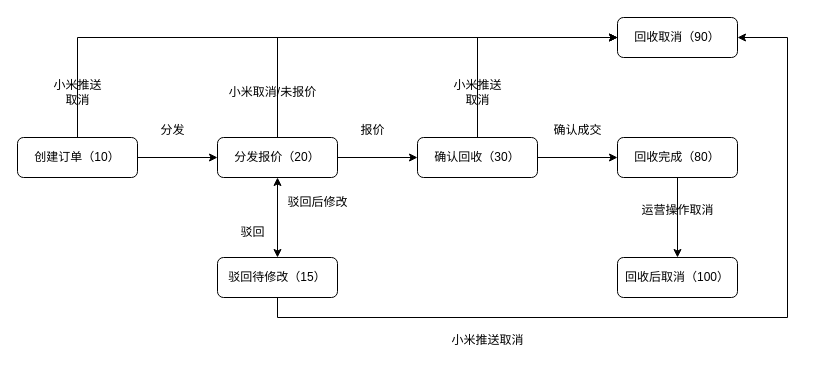
The draw.io diagram 保值换新状态流转.drawio in b1208312635/build-your-own-x, before the edit. Source tidied: cells renumbered, new cells numbered last; positions are measured from the earlier drawing's top-left corner, leaving out a move shared by most shapes. Both pictures are drawn from the tidied source at 100%, with x=0, y=0 at pixel (17, 17).
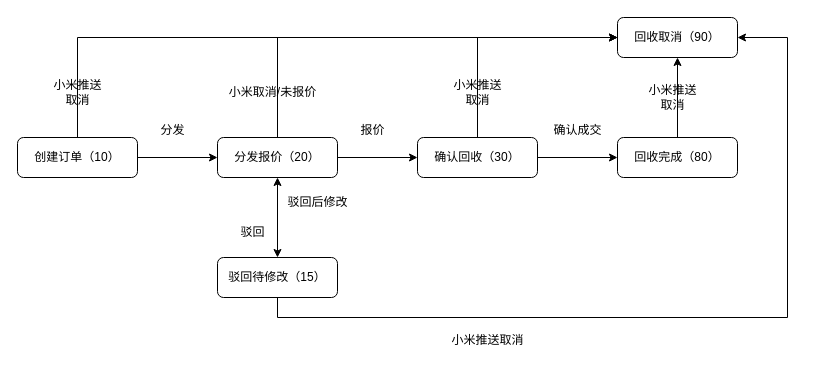
Above is the later version.

Commit message:
更新保值换新状态流转.drawio

Unchanged cells that the change refers to:
```xml
<mxCell id="14" value="回收完成（80）" style="rounded=1;whiteSpace=wrap;html=1;fontSize=12;glass=0;strokeWidth=1;shadow=0;" parent="1" vertex="1">
  <mxGeometry x="600" y="120" width="120" height="40" as="geometry" />
</mxCell>
<mxCell id="22" value="回收取消（90）" style="rounded=1;whiteSpace=wrap;html=1;fontSize=12;glass=0;strokeWidth=1;shadow=0;" parent="1" vertex="1">
  <mxGeometry x="600" width="120" height="40" as="geometry" />
</mxCell>
```

Change to the diagram source:
```diff
@@
-    <mxCell id="13" style="edgeStyle=orthogonalEdgeStyle;rounded=0;jettySize=auto;html=1;" parent="1" edge="1" source="14" target="21">
-      <mxGeometry relative="1" as="geometry" />
-    </mxCell>
+    <mxCell id="28" style="edgeStyle=orthogonalEdgeStyle;rounded=0;jettySize=auto;html=1;exitX=0.5;exitY=0;exitDx=0;exitDy=0;entryX=0.5;entryY=1;entryDx=0;entryDy=0;" parent="1" edge="1" source="14" target="22">
+      <mxGeometry relative="1" as="geometry" />
+    </mxCell>
@@
-    <mxCell id="21" value="回收后取消（100）" style="rounded=1;whiteSpace=wrap;html=1;fontSize=12;glass=0;strokeWidth=1;shadow=0;" parent="1" vertex="1">
-      <mxGeometry x="600" y="240" width="120" height="40" as="geometry" />
-    </mxCell>
@@
-    <mxCell id="26" value="运营操作取消" style="text;html=1;align=center;verticalAlign=middle;strokeColor=none;fillColor=none;" parent="1" vertex="1">
-      <mxGeometry x="610" y="178" width="100" height="30" as="geometry" />
-    </mxCell>
@@
+    <mxCell id="29" value="小米推送&lt;br&gt;取消" style="text;html=1;align=center;verticalAlign=middle;strokeColor=none;fillColor=none;" parent="1" vertex="1">
+      <mxGeometry x="620" y="60" width="70" height="40" as="geometry" />
+    </mxCell>
```
